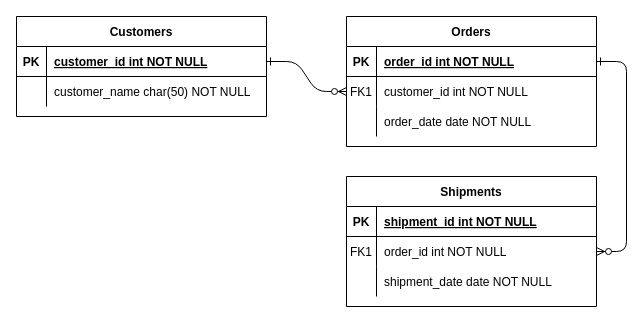
The draw.io diagram Untitled Diagram.drawio in ayushtothenew/tothenew2, before the edit. Source tidied: cells renumbered, new cells numbered last; positions are measured from the earlier drawing's top-left corner, leaving out a move shared by most shapes. Both pictures are drawn from the tidied source at 100%, with x=0, y=0 at pixel (16, 16).
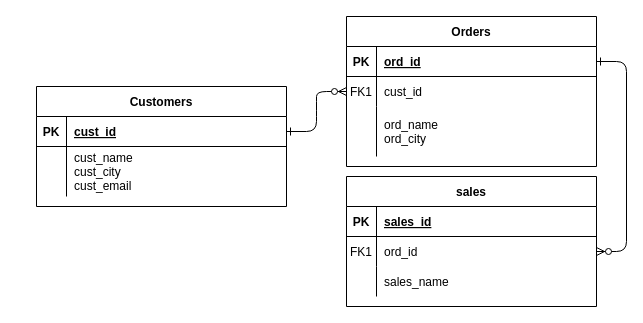
Above is the later version.

The change refers to these unchanged cells:
```xml
<mxCell id="5" style="shape=partialRectangle;fillColor=none;points=[[0,0.5],[1,0.5]];portConstraint=eastwest;top=0;left=0;right=0;bottom=1;" parent="4" vertex="1">
  <mxGeometry y="30" width="250" height="30" as="geometry" />
</mxCell>
<mxCell id="8" style="shape=partialRectangle;fillColor=none;points=[[0,0.5],[1,0.5]];portConstraint=eastwest;top=0;left=0;right=0;bottom=0;" parent="4" vertex="1">
  <mxGeometry y="60" width="250" height="30" as="geometry" />
</mxCell>
<mxCell id="15" style="shape=partialRectangle;fillColor=none;top=0;left=0;right=0;bottom=1;" parent="14" vertex="1">
  <mxGeometry y="30" width="250" height="30" as="geometry" />
</mxCell>
<mxCell id="18" style="shape=partialRectangle;fillColor=none;points=[[0,0.5],[1,0.5]];portConstraint=eastwest;top=0;left=0;right=0;bottom=0;" parent="14" vertex="1">
  <mxGeometry y="60" width="250" height="30" as="geometry" />
</mxCell>
<mxCell id="21" style="shape=partialRectangle;fillColor=none;top=0;left=0;right=0;bottom=0;" parent="14" vertex="1">
  <mxGeometry y="90" width="250" height="30" as="geometry" />
</mxCell>
<mxCell id="25" style="shape=partialRectangle;fillColor=none;points=[[0,0.5],[1,0.5]];portConstraint=eastwest;top=0;left=0;right=0;bottom=1;" parent="24" vertex="1">
  <mxGeometry y="30" width="250" height="30" as="geometry" />
</mxCell>
```

Change to the diagram source:
```diff
@@
     <mxCell id="4" value="Orders" style="shape=table;startSize=30;childLayout=tableLayout;rowLines=0;fontStyle=1;align=center;" parent="1" vertex="1">
-      <mxGeometry x="330" width="250" height="130" as="geometry" />
+      <mxGeometry x="330" width="250" height="150" as="geometry" />
     </mxCell>
@@
-    <mxCell id="7" value="order_id int NOT NULL " style="shape=partialRectangle;overflow=hidden;fillColor=none;top=0;left=0;bottom=0;right=0;align=left;spacingLeft=6;fontStyle=5;" parent="5" vertex="1">
+    <mxCell id="7" value="ord_id" style="shape=partialRectangle;overflow=hidden;fillColor=none;top=0;left=0;bottom=0;right=0;align=left;spacingLeft=6;fontStyle=5;" parent="5" vertex="1">
       <mxGeometry x="30" width="220" height="30" as="geometry" />
     </mxCell>
@@
-    <mxCell id="10" value="customer_id int NOT NULL" style="shape=partialRectangle;overflow=hidden;fillColor=none;top=0;left=0;bottom=0;right=0;align=left;spacingLeft=6;" parent="8" vertex="1">
+    <mxCell id="10" value="cust_id" style="shape=partialRectangle;overflow=hidden;fillColor=none;top=0;left=0;bottom=0;right=0;align=left;spacingLeft=6;" parent="8" vertex="1">
       <mxGeometry x="30" width="220" height="30" as="geometry" />
     </mxCell>
     <mxCell id="11" style="shape=partialRectangle;fillColor=none;top=0;left=0;right=0;bottom=0;" parent="4" vertex="1">
-      <mxGeometry y="90" width="250" height="30" as="geometry" />
+      <mxGeometry y="90" width="250" height="50" as="geometry" />
     </mxCell>
     <mxCell id="12" style="shape=partialRectangle;overflow=hidden;fillColor=none;top=0;left=0;bottom=0;right=0;" parent="11" vertex="1">
-      <mxGeometry width="30" height="30" as="geometry" />
+      <mxGeometry width="30" height="50" as="geometry" />
     </mxCell>
-    <mxCell id="13" value="order_date date NOT NULL" style="shape=partialRectangle;overflow=hidden;fillColor=none;top=0;left=0;bottom=0;right=0;align=left;spacingLeft=6;" parent="11" vertex="1">
-      <mxGeometry x="30" width="220" height="30" as="geometry" />
+    <mxCell id="13" value="ord_name&#10;ord_city" style="shape=partialRectangle;overflow=hidden;fillColor=none;top=0;left=0;bottom=0;right=0;align=left;spacingLeft=6;" parent="11" vertex="1">
+      <mxGeometry x="30" width="220" height="50" as="geometry" />
     </mxCell>
-    <mxCell id="14" value="Shipments" style="shape=table;startSize=30;childLayout=tableLayout;rowLines=0;fontStyle=1;align=center;" parent="1" vertex="1">
+    <mxCell id="14" value="sales" style="shape=table;startSize=30;childLayout=tableLayout;rowLines=0;fontStyle=1;align=center;" parent="1" vertex="1">
       <mxGeometry x="330" y="160" width="250" height="130" as="geometry" />
     </mxCell>
@@
-    <mxCell id="17" value="shipment_id int NOT NULL " style="shape=partialRectangle;overflow=hidden;fillColor=none;top=0;left=0;bottom=0;right=0;align=left;spacingLeft=6;fontStyle=5;" parent="15" vertex="1">
+    <mxCell id="17" value="sales_id" style="shape=partialRectangle;overflow=hidden;fillColor=none;top=0;left=0;bottom=0;right=0;align=left;spacingLeft=6;fontStyle=5;" parent="15" vertex="1">
       <mxGeometry x="30" width="220" height="30" as="geometry" />
     </mxCell>
@@
-    <mxCell id="20" value="order_id int NOT NULL" style="shape=partialRectangle;overflow=hidden;fillColor=none;top=0;left=0;bottom=0;right=0;align=left;spacingLeft=6;" parent="18" vertex="1">
+    <mxCell id="20" value="ord_id" style="shape=partialRectangle;overflow=hidden;fillColor=none;top=0;left=0;bottom=0;right=0;align=left;spacingLeft=6;" parent="18" vertex="1">
       <mxGeometry x="30" width="220" height="30" as="geometry" />
     </mxCell>
@@
-    <mxCell id="23" value="shipment_date date NOT NULL" style="shape=partialRectangle;overflow=hidden;fillColor=none;top=0;left=0;bottom=0;right=0;align=left;spacingLeft=6;" parent="21" vertex="1">
+    <mxCell id="23" value="sales_name" style="shape=partialRectangle;overflow=hidden;fillColor=none;top=0;left=0;bottom=0;right=0;align=left;spacingLeft=6;" parent="21" vertex="1">
       <mxGeometry x="30" width="220" height="30" as="geometry" />
     </mxCell>
     <mxCell id="24" value="Customers" style="shape=table;startSize=30;childLayout=tableLayout;rowLines=0;fontStyle=1;align=center;" parent="1" vertex="1">
-      <mxGeometry width="250" height="100" as="geometry" />
+      <mxGeometry x="20" y="70" width="250" height="120" as="geometry" />
     </mxCell>
@@
-    <mxCell id="27" value="customer_id int NOT NULL " style="shape=partialRectangle;overflow=hidden;fillColor=none;top=0;left=0;bottom=0;right=0;align=left;spacingLeft=6;fontStyle=5;" parent="25" vertex="1">
+    <mxCell id="27" value="cust_id" style="shape=partialRectangle;overflow=hidden;fillColor=none;top=0;left=0;bottom=0;right=0;align=left;spacingLeft=6;fontStyle=5;" parent="25" vertex="1">
       <mxGeometry x="30" width="220" height="30" as="geometry" />
     </mxCell>
     <mxCell id="28" style="shape=partialRectangle;fillColor=none;top=0;left=0;right=0;bottom=0;" parent="24" vertex="1">
-      <mxGeometry y="60" width="250" height="30" as="geometry" />
+      <mxGeometry y="60" width="250" height="50" as="geometry" />
     </mxCell>
     <mxCell id="29" style="shape=partialRectangle;overflow=hidden;fillColor=none;top=0;left=0;bottom=0;right=0;" parent="28" vertex="1">
-      <mxGeometry width="30" height="30" as="geometry" />
+      <mxGeometry width="30" height="50" as="geometry" />
     </mxCell>
-    <mxCell id="30" value="customer_name char(50) NOT NULL" style="shape=partialRectangle;overflow=hidden;fillColor=none;top=0;left=0;bottom=0;right=0;align=left;spacingLeft=6;" parent="28" vertex="1">
-      <mxGeometry x="30" width="220" height="30" as="geometry" />
+    <mxCell id="30" value="cust_name&#10;cust_city&#10;cust_email" style="shape=partialRectangle;overflow=hidden;fillColor=none;top=0;left=0;bottom=0;right=0;align=left;spacingLeft=6;" parent="28" vertex="1">
+      <mxGeometry x="30" width="220" height="50" as="geometry" />
     </mxCell>
```
